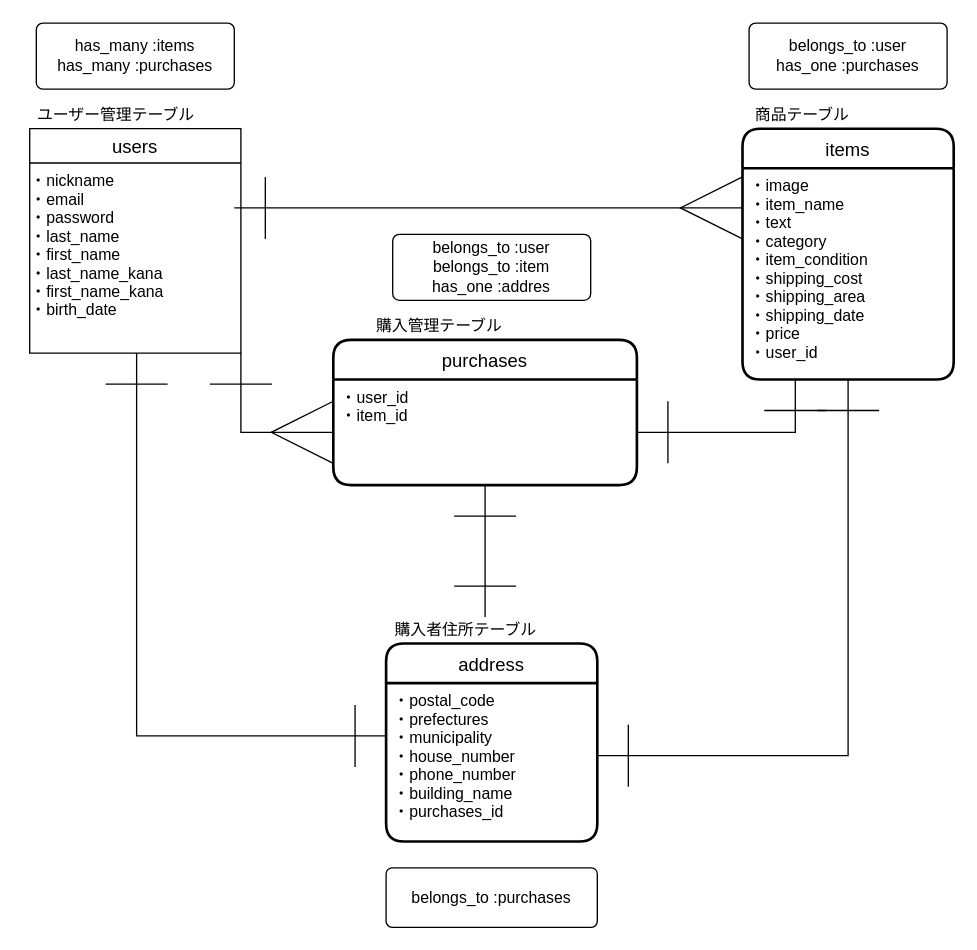
Before: furima.dio in tsunbow/furima-32881, a draw.io diagram. Source tidied: cells renumbered, new cells numbered last; positions are measured from the earlier drawing's top-left corner, leaving out a move shared by most shapes. Both pictures are drawn from the tidied source at 132%, with x=0, y=0 at pixel (22, 22).
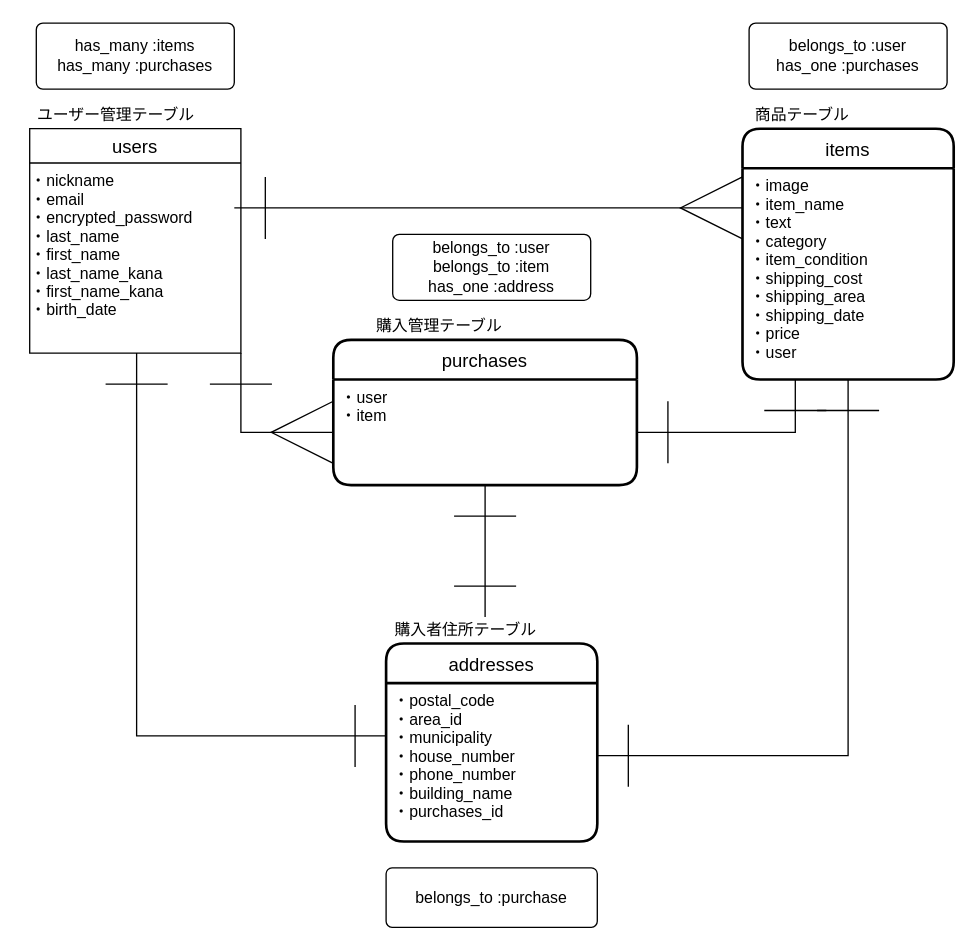
Above is the later version.

Commit message (it also covers changes not shown here):
データベース設計修正３

The change refers to these unchanged cells:
```xml
<mxCell id="4" value="items" style="swimlane;horizontal=1;startSize=30;rounded=1;fontSize=14;fontStyle=0;strokeWidth=2;shadow=0;dashed=0;align=center;" parent="1" vertex="1">
  <mxGeometry x="545" y="80" width="160" height="190" as="geometry" />
</mxCell>
<mxCell id="17" value="purchases" style="swimlane;horizontal=1;startSize=30;rounded=1;fontSize=14;fontStyle=0;strokeWidth=2;shadow=0;dashed=0;align=center;" parent="1" vertex="1">
  <mxGeometry x="235" y="240" width="230" height="110" as="geometry" />
</mxCell>
```

Change to the diagram source:
```diff
@@
-    <mxCell id="2" value="address" style="swimlane;horizontal=1;startSize=30;rounded=1;fontSize=14;fontStyle=0;strokeWidth=2;shadow=0;dashed=0;align=center;" parent="1" vertex="1">
+    <mxCell id="2" value="addresses" style="swimlane;horizontal=1;startSize=30;rounded=1;fontSize=14;fontStyle=0;strokeWidth=2;shadow=0;dashed=0;align=center;" parent="1" vertex="1">
       <mxGeometry x="275" y="470" width="160" height="150" as="geometry" />
     </mxCell>
-    <mxCell id="3" value="・postal_code &#10;・prefectures &#10;・municipality &#10;・house_number &#10;・phone_number&#10;・building_name&#10;・purchases_id&#10;&#10;" style="align=left;strokeColor=none;fillColor=none;spacingLeft=4;fontSize=12;verticalAlign=top;" parent="2" vertex="1">
+    <mxCell id="3" value="・postal_code &#10;・area_id &#10;・municipality &#10;・house_number &#10;・phone_number&#10;・building_name&#10;・purchases_id&#10;&#10;" style="align=left;strokeColor=none;fillColor=none;spacingLeft=4;fontSize=12;verticalAlign=top;" parent="2" vertex="1">
       <mxGeometry y="30" width="160" height="120" as="geometry" />
     </mxCell>
@@
-    <mxCell id="5" value="・image&#10;・item_name&#10;・text&#10;・category&#10;・item_condition&#10;・shipping_cost&#10;・shipping_area&#10;・shipping_date&#10;・price&#10;・user_id" style="align=left;strokeColor=none;fillColor=none;spacingLeft=4;fontSize=12;verticalAlign=top;" parent="4" vertex="1">
+    <mxCell id="5" value="・image&#10;・item_name&#10;・text&#10;・category&#10;・item_condition&#10;・shipping_cost&#10;・shipping_area&#10;・shipping_date&#10;・price&#10;・user" style="align=left;strokeColor=none;fillColor=none;spacingLeft=4;fontSize=12;verticalAlign=top;" parent="4" vertex="1">
       <mxGeometry y="30" width="160" height="160" as="geometry" />
     </mxCell>
@@
-    <mxCell id="8" value="belongs_to :purchases" style="rounded=1;arcSize=10;whiteSpace=wrap;html=1;align=center;" parent="1" vertex="1">
+    <mxCell id="8" value="belongs_to :purchase" style="rounded=1;arcSize=10;whiteSpace=wrap;html=1;align=center;" parent="1" vertex="1">
       <mxGeometry x="275" y="640" width="160" height="45" as="geometry" />
     </mxCell>
@@
-    <mxCell id="18" value="・user_id&#10;・item_id " style="align=left;strokeColor=none;fillColor=none;spacingLeft=4;fontSize=12;verticalAlign=top;" parent="17" vertex="1">
+    <mxCell id="18" value="・user&#10;・item" style="align=left;strokeColor=none;fillColor=none;spacingLeft=4;fontSize=12;verticalAlign=top;" parent="17" vertex="1">
       <mxGeometry y="30" width="230" height="80" as="geometry" />
     </mxCell>
@@
-    <mxCell id="21" value="・nickname&#10;・email&#10;・password&#10;・last_name&#10;・first_name&#10;・last_name_kana&#10;・first_name_kana&#10;・birth_date" style="text;strokeColor=none;fillColor=none;spacingLeft=4;spacingRight=4;overflow=hidden;points=[[0,0.5],[1,0.5]];portConstraint=eastwest;fontSize=12;" parent="1" vertex="1">
+    <mxCell id="21" value="・nickname&#10;・email&#10;・encrypted_password&#10;・last_name&#10;・first_name&#10;・last_name_kana&#10;・first_name_kana&#10;・birth_date" style="text;strokeColor=none;fillColor=none;spacingLeft=4;spacingRight=4;overflow=hidden;points=[[0,0.5],[1,0.5]];portConstraint=eastwest;fontSize=12;" parent="1" vertex="1">
       <mxGeometry y="106" width="160" height="144" as="geometry" />
     </mxCell>
@@
-    <mxCell id="23" value="belongs_to :user&lt;br&gt;belongs_to :item&lt;br&gt;has_one :addres" style="rounded=1;arcSize=10;whiteSpace=wrap;html=1;align=center;" parent="1" vertex="1">
+    <mxCell id="23" value="belongs_to :user&lt;br&gt;belongs_to :item&lt;br&gt;has_one :address" style="rounded=1;arcSize=10;whiteSpace=wrap;html=1;align=center;" parent="1" vertex="1">
       <mxGeometry x="280" y="160" width="150" height="50" as="geometry" />
     </mxCell>
```
